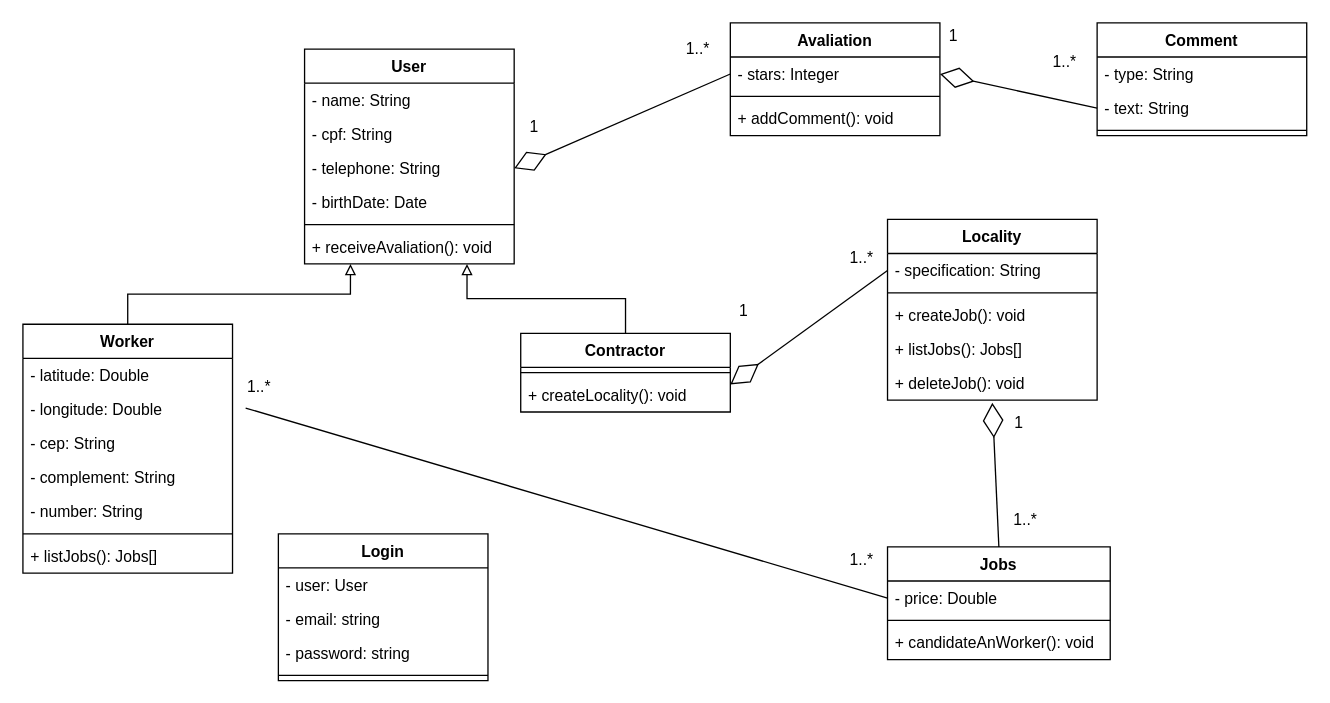
robertogsl/Grupo1-3ADSA keeps this draw.io diagram as diagrama de classes/class_diagram_iclean.drawio. Above is the earlier version. Source tidied: cells renumbered, new cells numbered last; positions are measured from the earlier drawing's top-left corner, leaving out a move shared by most shapes. Both pictures are drawn from the tidied source at 131%, with x=0, y=0 at pixel (22, 22).
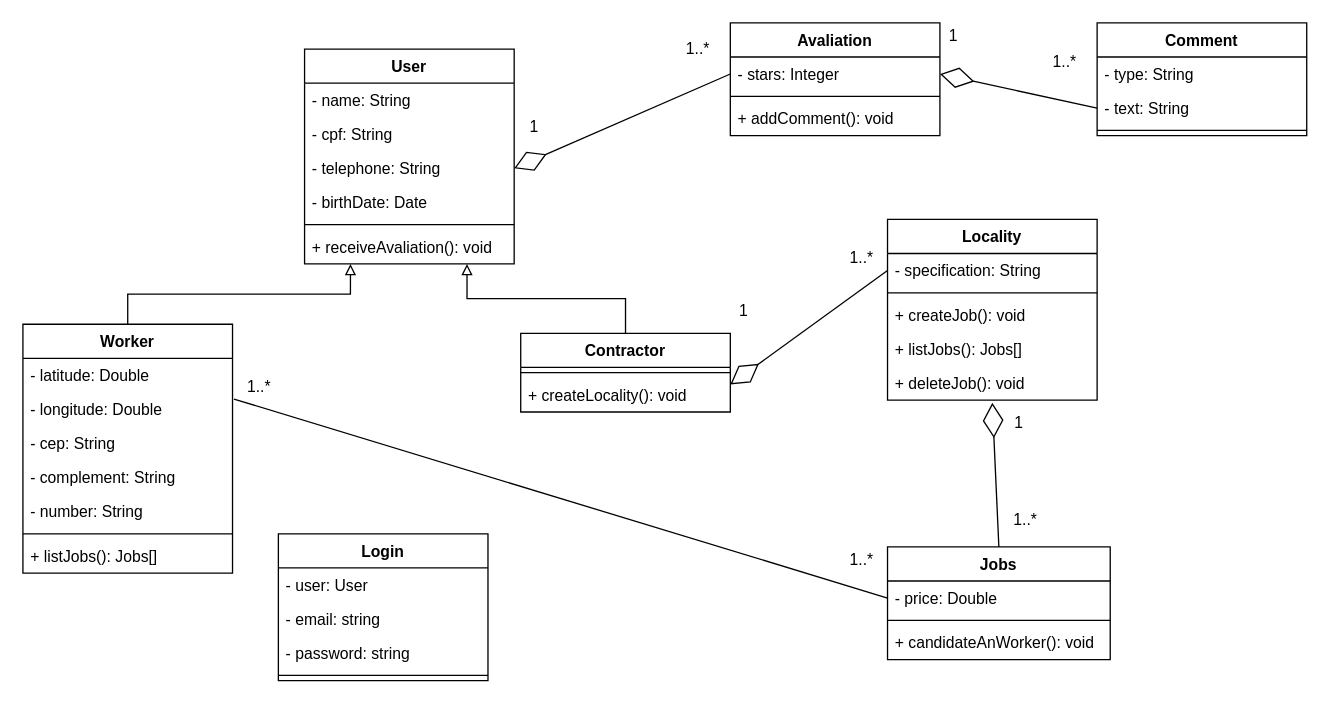
The same page after the edit.

Unchanged cells that the change refers to:
```xml
<mxCell id="12" value="- longitude: Double" style="text;strokeColor=none;fillColor=none;align=left;verticalAlign=top;spacingLeft=4;spacingRight=4;overflow=hidden;points=[[0,0.5],[1,0.5]];portConstraint=eastwest;" parent="10" vertex="1">
  <mxGeometry y="52" width="160" height="26" as="geometry" />
</mxCell>
<mxCell id="23" value="- price: Double" style="text;strokeColor=none;fillColor=none;align=left;verticalAlign=top;spacingLeft=4;spacingRight=4;overflow=hidden;points=[[0,0.5],[1,0.5]];portConstraint=eastwest;" parent="22" vertex="1">
  <mxGeometry y="26" width="170" height="26" as="geometry" />
</mxCell>
```

The edit, as a diff of the source:
```diff
@@
-    <mxCell id="59" style="endArrow=none;html=1;entryX=0;entryY=0.5;entryDx=0;entryDy=0;" parent="1" edge="1" target="23">
-      <mxGeometry relative="1" as="geometry">
-        <mxPoint x="170" y="294" as="sourcePoint" />
-      </mxGeometry>
+    <mxCell id="59" style="endArrow=none;html=1;entryX=0;entryY=0.5;entryDx=0;entryDy=0;exitX=1.007;exitY=0.197;exitDx=0;exitDy=0;exitPerimeter=0;" parent="1" edge="1" source="12" target="23">
+      <mxGeometry relative="1" as="geometry" />
     </mxCell>
```
